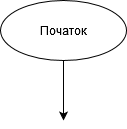
The draw.io diagram Untitled Diagram.drawio.png in VolodymyrLutskevych-PE-12/Lab_2_Volodymyr-Lutskevych_PE-12_-1-, before a commit. Source tidied: cells renumbered, new cells last; positions are measured from the earlier drawing's top-left corner, leaving out a move shared by most shapes.
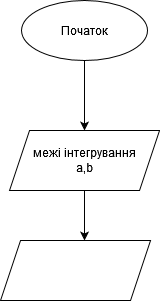
Above is the later version.

Change to the diagram source:
```diff
@@ -4,11 +4,22 @@
     <mxCell id="1" parent="0" />
     <mxCell id="2" style="edgeStyle=orthogonalEdgeStyle;rounded=0;jettySize=auto;html=1;" parent="1" edge="1" source="3">
       <mxGeometry relative="1" as="geometry">
-        <mxPoint x="63" y="120" as="targetPoint" />
+        <mxPoint x="63" y="130" as="targetPoint" />
       </mxGeometry>
     </mxCell>
     <mxCell id="3" value="Початок" style="ellipse;whiteSpace=wrap;html=1;" parent="1" vertex="1">
       <mxGeometry width="126" height="60" as="geometry" />
     </mxCell>
+    <mxCell id="4" style="edgeStyle=orthogonalEdgeStyle;rounded=0;jettySize=auto;html=1;exitX=0.5;exitY=1;exitDx=0;exitDy=0;" parent="1" edge="1" source="5">
+      <mxGeometry relative="1" as="geometry">
+        <mxPoint x="63" y="240" as="targetPoint" />
+      </mxGeometry>
+    </mxCell>
+    <mxCell id="5" value="&lt;div&gt;межі інтегрування &lt;/div&gt;a,b" style="shape=parallelogram;perimeter=parallelogramPerimeter;whiteSpace=wrap;html=1;fixedSize=1;" parent="1" vertex="1">
+      <mxGeometry x="-12" y="130" width="150" height="60" as="geometry" />
+    </mxCell>
+    <mxCell id="6" style="shape=parallelogram;perimeter=parallelogramPerimeter;whiteSpace=wrap;html=1;fixedSize=1;" parent="1" vertex="1">
+      <mxGeometry x="-21" y="240" width="150" height="60" as="geometry" />
+    </mxCell>
   </root>
 </mxGraphModel>
```
